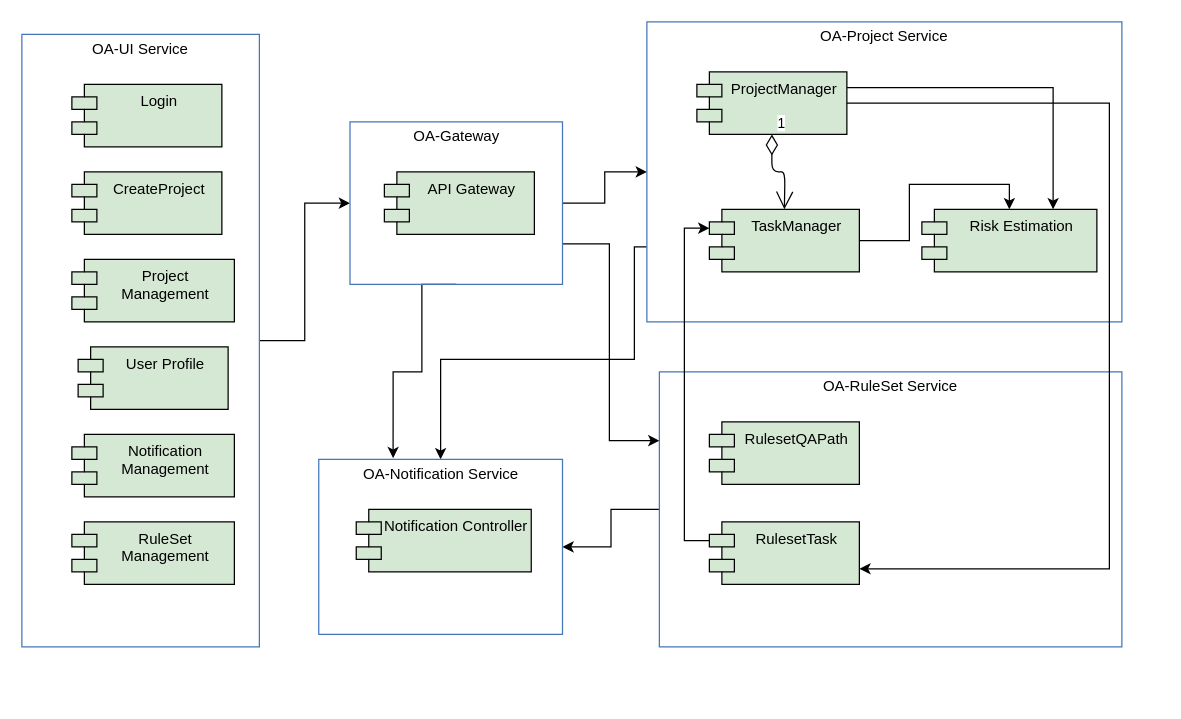
The draw.io diagram page "Component Model" (3 of 6) of oasis-architecture.drawio in JackZhao2517/drawio_folder, before the edit. Source tidied: cells renumbered, new cells numbered last; positions are measured from the earlier drawing's top-left corner, leaving out a move shared by most shapes. Both pictures are drawn from the tidied source at 125%, with x=0, y=0 at pixel (21, 21).
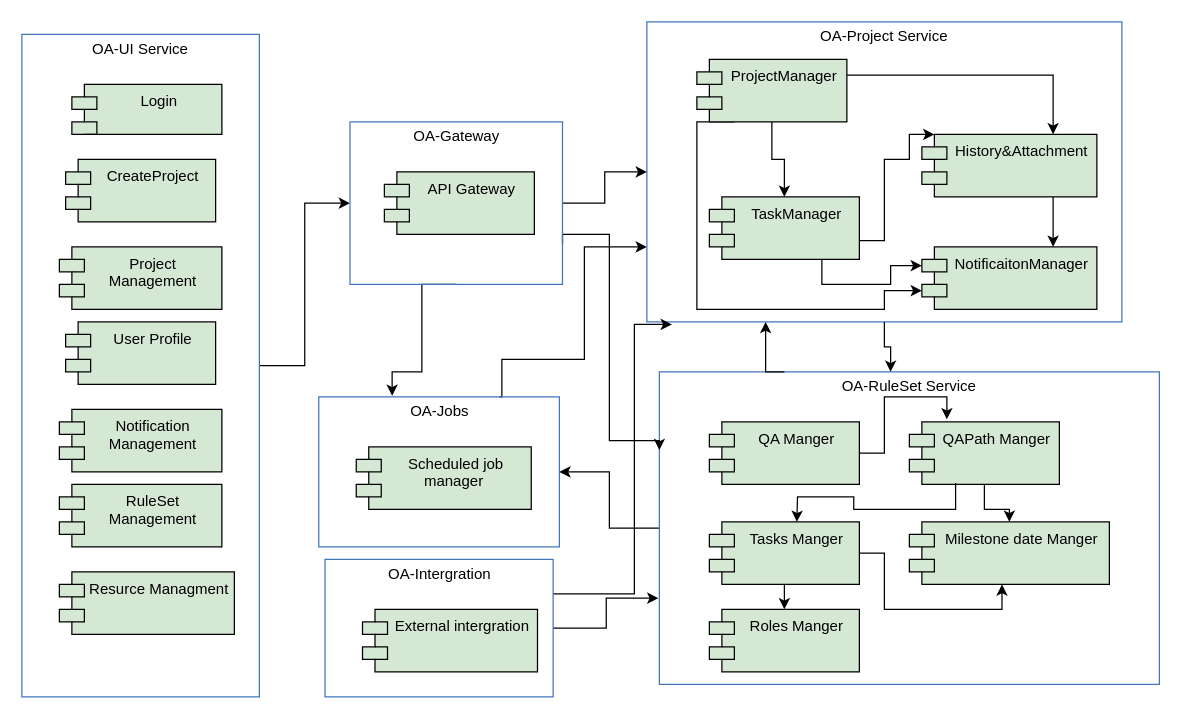
The same page after the edit.

Unchanged cells that the change refers to:
```xml
<mxCell id="3" value="OA-Project Service" style="fontStyle=0;verticalAlign=top;align=center;spacingTop=-2;fillColor=none;rounded=0;whiteSpace=wrap;html=1;strokeColor=#4376BB;strokeWidth=1;dashed=0;" parent="1" vertex="1">
  <mxGeometry x="500" width="380" height="240" as="geometry" />
</mxCell>
<mxCell id="26" value="OA-Gateway" style="fontStyle=0;verticalAlign=top;align=center;spacingTop=-2;fillColor=none;rounded=0;whiteSpace=wrap;html=1;strokeColor=#4376BB;strokeWidth=1;dashed=0;" parent="1" vertex="1">
  <mxGeometry x="262.5" y="80" width="170" height="130" as="geometry" />
</mxCell>
```

The edit, as a diff of the source:
```diff
@@
-    <mxCell id="2" style="edgeStyle=orthogonalEdgeStyle;rounded=0;jettySize=auto;html=1;exitX=0;exitY=0.75;exitDx=0;exitDy=0;entryX=0.5;entryY=0;entryDx=0;entryDy=0;" parent="1" edge="1" source="3" target="13">
+    <mxCell id="2" style="edgeStyle=orthogonalEdgeStyle;rounded=0;jettySize=auto;html=1;exitX=0.75;exitY=0;exitDx=0;exitDy=0;entryX=0;entryY=0.75;entryDx=0;entryDy=0;" parent="1" edge="1" source="13" target="3">
       <mxGeometry relative="1" as="geometry">
         <Array as="points">
-          <mxPoint x="490" y="180" />
-          <mxPoint x="490" y="270" />
-          <mxPoint x="335" y="270" />
+          <mxPoint x="384" y="270" />
+          <mxPoint x="450" y="270" />
+          <mxPoint x="450" y="180" />
         </Array>
       </mxGeometry>
     </mxCell>
@@
+    <mxCell id="31" style="edgeStyle=orthogonalEdgeStyle;rounded=0;jettySize=auto;html=1;exitX=0.5;exitY=1;exitDx=0;exitDy=0;entryX=0.5;entryY=0;entryDx=0;entryDy=0;" parent="3" edge="1" source="5" target="7">
+      <mxGeometry relative="1" as="geometry" />
+    </mxCell>
+    <mxCell id="32" style="edgeStyle=orthogonalEdgeStyle;rounded=0;jettySize=auto;html=1;exitX=0.25;exitY=1;exitDx=0;exitDy=0;entryX=0;entryY=0;entryDx=0;entryDy=35;entryPerimeter=0;" parent="3" edge="1" source="5" target="35">
+      <mxGeometry relative="1" as="geometry">
+        <Array as="points">
+          <mxPoint x="40" y="80" />
+          <mxPoint x="40" y="230" />
+          <mxPoint x="190" y="230" />
+          <mxPoint x="190" y="215" />
+        </Array>
+      </mxGeometry>
+    </mxCell>
     <mxCell id="5" value="ProjectManager" style="shape=module;align=left;spacingLeft=20;align=center;verticalAlign=top;fillColor=#D5E8D4;" parent="3" vertex="1">
-      <mxGeometry x="40" y="40" width="120" height="50" as="geometry" />
+      <mxGeometry x="40" y="30" width="120" height="50" as="geometry" />
     </mxCell>
-    <mxCell id="6" style="edgeStyle=orthogonalEdgeStyle;rounded=0;jettySize=auto;html=1;exitX=1;exitY=0.5;exitDx=0;exitDy=0;entryX=0.5;entryY=0;entryDx=0;entryDy=0;" parent="3" edge="1" source="7" target="8">
+    <mxCell id="6" style="edgeStyle=orthogonalEdgeStyle;rounded=0;jettySize=auto;html=1;exitX=1;exitY=0.5;exitDx=0;exitDy=0;entryX=0;entryY=0;entryDx=10;entryDy=0;entryPerimeter=0;" parent="3" edge="1" source="7" target="8">
       <mxGeometry relative="1" as="geometry">
         <Array as="points">
-          <mxPoint x="210" y="175" />
-          <mxPoint x="210" y="130" />
-          <mxPoint x="290" y="130" />
+          <mxPoint x="170" y="175" />
+          <mxPoint x="190" y="175" />
+          <mxPoint x="190" y="110" />
+          <mxPoint x="210" y="110" />
+          <mxPoint x="210" y="90" />
         </Array>
       </mxGeometry>
     </mxCell>
+    <mxCell id="33" style="edgeStyle=orthogonalEdgeStyle;rounded=0;jettySize=auto;html=1;exitX=0.75;exitY=1;exitDx=0;exitDy=0;entryX=0;entryY=0;entryDx=0;entryDy=15;entryPerimeter=0;" parent="3" edge="1" source="7" target="35">
+      <mxGeometry relative="1" as="geometry" />
+    </mxCell>
     <mxCell id="7" value="TaskManager" style="shape=module;align=left;spacingLeft=20;align=center;verticalAlign=top;fillColor=#D5E8D4;" parent="3" vertex="1">
-      <mxGeometry x="50" y="150" width="120" height="50" as="geometry" />
+      <mxGeometry x="50" y="140" width="120" height="50" as="geometry" />
     </mxCell>
+    <mxCell id="34" style="edgeStyle=orthogonalEdgeStyle;rounded=0;jettySize=auto;html=1;exitX=0.75;exitY=1;exitDx=0;exitDy=0;entryX=0.75;entryY=0;entryDx=0;entryDy=0;" parent="3" edge="1" source="8" target="35">
+      <mxGeometry relative="1" as="geometry" />
+    </mxCell>
-    <mxCell id="8" value="Risk Estimation" style="shape=module;align=left;spacingLeft=20;align=center;verticalAlign=top;fillColor=#D5E8D4;" parent="3" vertex="1">
-      <mxGeometry x="220" y="150" width="140" height="50" as="geometry" />
+    <mxCell id="8" value="History&amp;Attachment" style="shape=module;align=left;spacingLeft=20;align=center;verticalAlign=top;fillColor=#D5E8D4;" parent="3" vertex="1">
+      <mxGeometry x="220" y="90" width="140" height="50" as="geometry" />
     </mxCell>
+    <mxCell id="35" value="NotificaitonManager" style="shape=module;align=left;spacingLeft=20;align=center;verticalAlign=top;fillColor=#D5E8D4;" parent="3" vertex="1">
+      <mxGeometry x="220" y="180" width="140" height="50" as="geometry" />
+    </mxCell>
@@
     <mxCell id="10" value="OA-RuleSet Service" style="fontStyle=0;verticalAlign=top;align=center;spacingTop=-2;fillColor=none;rounded=0;whiteSpace=wrap;html=1;strokeColor=#4376BB;strokeWidth=1;dashed=0;" parent="1" vertex="1">
-      <mxGeometry x="510" y="280" width="370" height="220" as="geometry" />
+      <mxGeometry x="510" y="280" width="400" height="250" as="geometry" />
     </mxCell>
+    <mxCell id="36" style="edgeStyle=orthogonalEdgeStyle;rounded=0;jettySize=auto;html=1;" parent="10" edge="1" source="11">
+      <mxGeometry relative="1" as="geometry">
+        <mxPoint x="230" y="38" as="targetPoint" />
+        <Array as="points">
+          <mxPoint x="180" y="65" />
+          <mxPoint x="180" y="20" />
+          <mxPoint x="230" y="20" />
+        </Array>
+      </mxGeometry>
+    </mxCell>
-    <mxCell id="11" value="RulesetQAPath" style="shape=module;align=left;spacingLeft=20;align=center;verticalAlign=top;fillColor=#D5E8D4;" parent="10" vertex="1">
+    <mxCell id="11" value="QA Manger" style="shape=module;align=left;spacingLeft=20;align=center;verticalAlign=top;fillColor=#D5E8D4;" parent="10" vertex="1">
       <mxGeometry x="40" y="40" width="120" height="50" as="geometry" />
     </mxCell>
+    <mxCell id="37" style="edgeStyle=orthogonalEdgeStyle;rounded=0;jettySize=auto;html=1;entryX=0.463;entryY=1;entryDx=0;entryDy=0;entryPerimeter=0;" parent="10" edge="1" source="12" target="39">
+      <mxGeometry relative="1" as="geometry" />
+    </mxCell>
+    <mxCell id="38" style="edgeStyle=orthogonalEdgeStyle;rounded=0;jettySize=auto;html=1;exitX=0.5;exitY=1;exitDx=0;exitDy=0;entryX=0.5;entryY=0;entryDx=0;entryDy=0;" parent="10" edge="1" source="12" target="42">
+      <mxGeometry relative="1" as="geometry" />
+    </mxCell>
-    <mxCell id="12" value="RulesetTask" style="shape=module;align=left;spacingLeft=20;align=center;verticalAlign=top;fillColor=#D5E8D4;" parent="10" vertex="1">
+    <mxCell id="12" value="Tasks Manger" style="shape=module;align=left;spacingLeft=20;align=center;verticalAlign=top;fillColor=#D5E8D4;" parent="10" vertex="1">
       <mxGeometry x="40" y="120" width="120" height="50" as="geometry" />
     </mxCell>
+    <mxCell id="39" value="Milestone date Manger" style="shape=module;align=left;spacingLeft=20;align=center;verticalAlign=top;fillColor=#D5E8D4;" parent="10" vertex="1">
+      <mxGeometry x="200" y="120" width="160" height="50" as="geometry" />
+    </mxCell>
+    <mxCell id="40" style="edgeStyle=orthogonalEdgeStyle;rounded=0;jettySize=auto;html=1;entryX=0.5;entryY=0;entryDx=0;entryDy=0;" parent="10" edge="1" source="41" target="39">
+      <mxGeometry relative="1" as="geometry" />
+    </mxCell>
+    <mxCell id="41" value="QAPath Manger" style="shape=module;align=left;spacingLeft=20;align=center;verticalAlign=top;fillColor=#D5E8D4;" parent="10" vertex="1">
+      <mxGeometry x="200" y="40" width="120" height="50" as="geometry" />
+    </mxCell>
+    <mxCell id="42" value="Roles Manger" style="shape=module;align=left;spacingLeft=20;align=center;verticalAlign=top;fillColor=#D5E8D4;" parent="10" vertex="1">
+      <mxGeometry x="40" y="190" width="120" height="50" as="geometry" />
+    </mxCell>
-    <mxCell id="13" value="OA-Notification Service" style="fontStyle=0;verticalAlign=top;align=center;spacingTop=-2;fillColor=none;rounded=0;whiteSpace=wrap;html=1;strokeColor=#4376BB;strokeWidth=1;dashed=0;" parent="1" vertex="1">
-      <mxGeometry x="237.5" y="350" width="195" height="140" as="geometry" />
+    <mxCell id="13" value="OA-Jobs" style="fontStyle=0;verticalAlign=top;align=center;spacingTop=-2;fillColor=none;rounded=0;whiteSpace=wrap;html=1;strokeColor=#4376BB;strokeWidth=1;dashed=0;" parent="1" vertex="1">
+      <mxGeometry x="237.5" y="300" width="192.5" height="120" as="geometry" />
     </mxCell>
-    <mxCell id="14" value="Notification Controller" style="shape=module;align=left;spacingLeft=20;align=center;verticalAlign=top;fillColor=#D5E8D4;" parent="13" vertex="1">
+    <mxCell id="14" value="Scheduled job &#10;manager " style="shape=module;align=left;spacingLeft=20;align=center;verticalAlign=top;fillColor=#D5E8D4;" parent="13" vertex="1">
       <mxGeometry x="30" y="40" width="140" height="50" as="geometry" />
     </mxCell>
@@
     <mxCell id="17" value="OA-UI Service" style="fontStyle=0;verticalAlign=top;align=center;spacingTop=-2;fillColor=none;rounded=0;whiteSpace=wrap;html=1;strokeColor=#4376BB;strokeWidth=1;dashed=0;" parent="1" vertex="1">
-      <mxGeometry y="10" width="190" height="490" as="geometry" />
+      <mxGeometry y="10" width="190" height="530" as="geometry" />
     </mxCell>
     <mxCell id="18" value="Login" style="shape=module;align=left;spacingLeft=20;align=center;verticalAlign=top;fillColor=#D5E8D4;" parent="17" vertex="1">
-      <mxGeometry x="40" y="40" width="120" height="50" as="geometry" />
+      <mxGeometry x="40" y="40" width="120" height="40" as="geometry" />
     </mxCell>
     <mxCell id="19" value="CreateProject" style="shape=module;align=left;spacingLeft=20;align=center;verticalAlign=top;fillColor=#D5E8D4;" parent="17" vertex="1">
-      <mxGeometry x="40" y="110" width="120" height="50" as="geometry" />
+      <mxGeometry x="35" y="100" width="120" height="50" as="geometry" />
     </mxCell>
     <mxCell id="20" value="Project &#10;Management" style="shape=module;align=left;spacingLeft=20;align=center;verticalAlign=top;fillColor=#D5E8D4;" parent="17" vertex="1">
-      <mxGeometry x="40" y="180" width="130" height="50" as="geometry" />
+      <mxGeometry x="30" y="170" width="130" height="50" as="geometry" />
     </mxCell>
     <mxCell id="21" value="User Profile" style="shape=module;align=left;spacingLeft=20;align=center;verticalAlign=top;fillColor=#D5E8D4;" parent="17" vertex="1">
-      <mxGeometry x="45" y="250" width="120" height="50" as="geometry" />
+      <mxGeometry x="35" y="230" width="120" height="50" as="geometry" />
     </mxCell>
     <mxCell id="22" value="Notification&#10; Management" style="shape=module;align=left;spacingLeft=20;align=center;verticalAlign=top;fillColor=#D5E8D4;" parent="17" vertex="1">
-      <mxGeometry x="40" y="320" width="130" height="50" as="geometry" />
+      <mxGeometry x="30" y="300" width="130" height="50" as="geometry" />
     </mxCell>
     <mxCell id="23" value="RuleSet &#10;Management" style="shape=module;align=left;spacingLeft=20;align=center;verticalAlign=top;fillColor=#D5E8D4;" parent="17" vertex="1">
-      <mxGeometry x="40" y="390" width="130" height="50" as="geometry" />
+      <mxGeometry x="30" y="360" width="130" height="50" as="geometry" />
     </mxCell>
+    <mxCell id="43" value="Resurce Managment" style="shape=module;align=left;spacingLeft=20;align=center;verticalAlign=top;fillColor=#D5E8D4;" parent="17" vertex="1">
+      <mxGeometry x="30" y="430" width="140" height="50" as="geometry" />
+    </mxCell>
@@
     <mxCell id="25" style="edgeStyle=orthogonalEdgeStyle;rounded=0;jettySize=auto;html=1;exitX=1;exitY=0.75;exitDx=0;exitDy=0;entryX=0;entryY=0.25;entryDx=0;entryDy=0;" parent="1" edge="1" source="26" target="10">
       <mxGeometry relative="1" as="geometry">
         <Array as="points">
-          <mxPoint x="470" y="178" />
+          <mxPoint x="433" y="170" />
+          <mxPoint x="470" y="170" />
           <mxPoint x="470" y="335" />
         </Array>
       </mxGeometry>
     </mxCell>
@@
-    <mxCell id="28" value="1" style="endArrow=open;html=1;endSize=12;startArrow=diamondThin;startSize=14;startFill=0;edgeStyle=orthogonalEdgeStyle;align=left;verticalAlign=bottom;exitX=0.5;exitY=1;exitDx=0;exitDy=0;" parent="1" edge="1" source="5">
-      <mxGeometry x="-1" y="3" relative="1" as="geometry">
-        <mxPoint x="610" y="150" as="targetPoint" />
-      </mxGeometry>
-    </mxCell>
-    <mxCell id="29" style="edgeStyle=orthogonalEdgeStyle;rounded=0;jettySize=auto;html=1;exitX=1;exitY=0.5;exitDx=0;exitDy=0;entryX=1;entryY=0.75;entryDx=0;entryDy=0;" parent="1" edge="1" source="5" target="12">
+    <mxCell id="29" style="edgeStyle=orthogonalEdgeStyle;rounded=0;jettySize=auto;html=1;exitX=0.5;exitY=1;exitDx=0;exitDy=0;" parent="1" edge="1" source="3">
       <mxGeometry relative="1" as="geometry">
+        <mxPoint x="695" y="280" as="targetPoint" />
         <Array as="points">
-          <mxPoint x="870" y="65" />
-          <mxPoint x="870" y="438" />
+          <mxPoint x="690" y="260" />
+          <mxPoint x="695" y="260" />
         </Array>
       </mxGeometry>
     </mxCell>
-    <mxCell id="30" style="edgeStyle=orthogonalEdgeStyle;rounded=0;jettySize=auto;html=1;exitX=0;exitY=0;exitDx=0;exitDy=15;exitPerimeter=0;entryX=0;entryY=0;entryDx=0;entryDy=15;entryPerimeter=0;" parent="1" edge="1" source="12" target="7">
-      <mxGeometry relative="1" as="geometry" />
+    <mxCell id="30" style="edgeStyle=orthogonalEdgeStyle;rounded=0;jettySize=auto;html=1;exitX=0.25;exitY=0;exitDx=0;exitDy=0;entryX=0.25;entryY=1;entryDx=0;entryDy=0;" parent="1" edge="1" source="10" target="3">
+      <mxGeometry relative="1" as="geometry">
+        <Array as="points">
+          <mxPoint x="595" y="280" />
+        </Array>
+      </mxGeometry>
     </mxCell>
+    <mxCell id="44" style="edgeStyle=orthogonalEdgeStyle;rounded=0;jettySize=auto;html=1;exitX=0.308;exitY=0.98;exitDx=0;exitDy=0;exitPerimeter=0;" parent="1" edge="1" source="41">
+      <mxGeometry relative="1" as="geometry">
+        <mxPoint x="620" y="400" as="targetPoint" />
+      </mxGeometry>
+    </mxCell>
+    <mxCell id="45" style="edgeStyle=orthogonalEdgeStyle;rounded=0;jettySize=auto;html=1;exitX=1;exitY=0.5;exitDx=0;exitDy=0;entryX=-0.002;entryY=0.724;entryDx=0;entryDy=0;entryPerimeter=0;" parent="1" edge="1" source="47" target="10">
+      <mxGeometry relative="1" as="geometry" />
+    </mxCell>
+    <mxCell id="46" style="edgeStyle=orthogonalEdgeStyle;rounded=0;jettySize=auto;html=1;exitX=1;exitY=0.25;exitDx=0;exitDy=0;" parent="1" edge="1" source="47">
+      <mxGeometry relative="1" as="geometry">
+        <mxPoint x="520" y="242" as="targetPoint" />
+        <Array as="points">
+          <mxPoint x="490" y="458" />
+          <mxPoint x="490" y="242" />
+        </Array>
+      </mxGeometry>
+    </mxCell>
+    <mxCell id="47" value="OA-Intergration" style="fontStyle=0;verticalAlign=top;align=center;spacingTop=-2;fillColor=none;rounded=0;whiteSpace=wrap;html=1;strokeColor=#4376BB;strokeWidth=1;dashed=0;" parent="1" vertex="1">
+      <mxGeometry x="242.5" y="430" width="182.5" height="110" as="geometry" />
+    </mxCell>
+    <mxCell id="48" value="External intergration" style="shape=module;align=left;spacingLeft=20;align=center;verticalAlign=top;fillColor=#D5E8D4;" parent="47" vertex="1">
+      <mxGeometry x="30" y="40" width="140" height="50" as="geometry" />
+    </mxCell>
```
